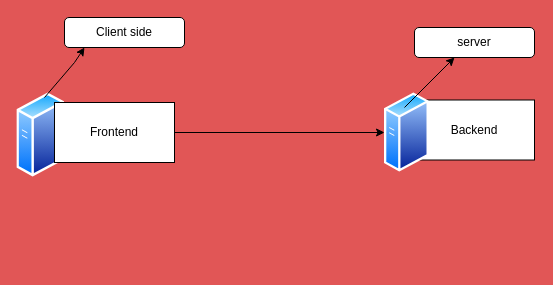
Earlier version of the draw.io diagram Untitled Diagram.drawio (Birkofniki/Augastine-). Source tidied: cells renumbered, new cells numbered last; positions are measured from the earlier drawing's top-left corner, leaving out a move shared by most shapes. Both pictures are drawn from the tidied source at 100%, with x=0, y=0 at pixel (16, 17).
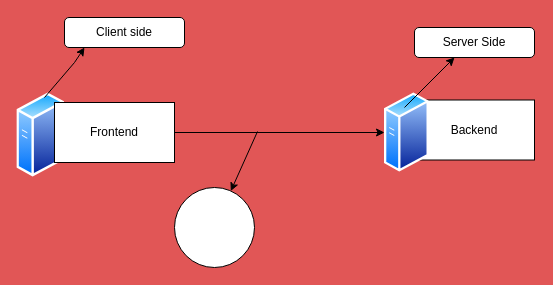
After the change.

Diff of the diagram source:
```diff
@@
 <mxGraphModel background="#e15656">
   <root>
     <mxCell id="0" />
     <mxCell id="1" parent="0" />
     <mxCell id="2" style="image;perimeter=ellipsePerimeter;html=1;align=center;shadow=0;dashed=0;spacingTop=3;image=img/lib/active_directory/generic_server.svg;" parent="1" vertex="1">
       <mxGeometry x="0.4" y="75" width="47.6" height="85" as="geometry" />
     </mxCell>
     <mxCell id="3" style="edgeStyle=orthogonalEdgeStyle;rounded=0;jettySize=auto;html=1;exitX=1;exitY=0.5;exitDx=0;exitDy=0;entryX=0;entryY=0.5;entryDx=0;entryDy=0;" parent="1" edge="1" source="4" target="6">
       <mxGeometry relative="1" as="geometry" />
     </mxCell>
     <mxCell id="4" value="Frontend" style="rounded=0;whiteSpace=wrap;html=1;" parent="1" vertex="1">
       <mxGeometry x="38" y="85" width="120" height="60" as="geometry" />
     </mxCell>
     <mxCell id="5" value="Backend" style="rounded=0;whiteSpace=wrap;html=1;" parent="1" vertex="1">
       <mxGeometry x="398" y="82.5" width="120" height="60" as="geometry" />
     </mxCell>
     <mxCell id="6" style="image;perimeter=ellipsePerimeter;html=1;align=center;shadow=0;dashed=0;spacingTop=3;image=img/lib/active_directory/generic_server.svg;" parent="1" vertex="1">
       <mxGeometry x="368" y="75" width="44.8" height="80" as="geometry" />
     </mxCell>
     <mxCell id="7" style="endArrow=classic;html=1;rounded=0;" parent="1" edge="1">
       <mxGeometry relative="1" as="geometry">
         <mxPoint x="388" y="90" as="sourcePoint" />
         <mxPoint x="438" y="40" as="targetPoint" />
       </mxGeometry>
     </mxCell>
-    <mxCell id="8" value="server" style="rounded=1;whiteSpace=wrap;html=1;" parent="1" vertex="1">
+    <mxCell id="8" value="Server Side" style="rounded=1;whiteSpace=wrap;html=1;" parent="1" vertex="1">
       <mxGeometry x="398" y="10" width="120" height="30" as="geometry" />
     </mxCell>
     <mxCell id="9" value="Client side" style="rounded=1;whiteSpace=wrap;html=1;" parent="1" vertex="1">
       <mxGeometry x="48" width="120" height="30" as="geometry" />
     </mxCell>
     <mxCell id="10" style="endArrow=classic;html=1;rounded=0;" parent="1" edge="1">
       <mxGeometry relative="1" as="geometry">
         <mxPoint x="28" y="80" as="sourcePoint" />
         <mxPoint x="68" y="30" as="targetPoint" />
         <Array as="points">
           <mxPoint x="58" y="45" />
         </Array>
       </mxGeometry>
     </mxCell>
+    <mxCell id="11" style="ellipse;whiteSpace=wrap;html=1;" parent="1" vertex="1">
+      <mxGeometry x="158" y="170" width="80" height="80" as="geometry" />
+    </mxCell>
+    <mxCell id="12" style="endArrow=classic;html=1;rounded=0;" parent="1" edge="1" target="11">
+      <mxGeometry relative="1" as="geometry">
+        <mxPoint x="241" y="114" as="sourcePoint" />
+      </mxGeometry>
+    </mxCell>
   </root>
 </mxGraphModel>
```
